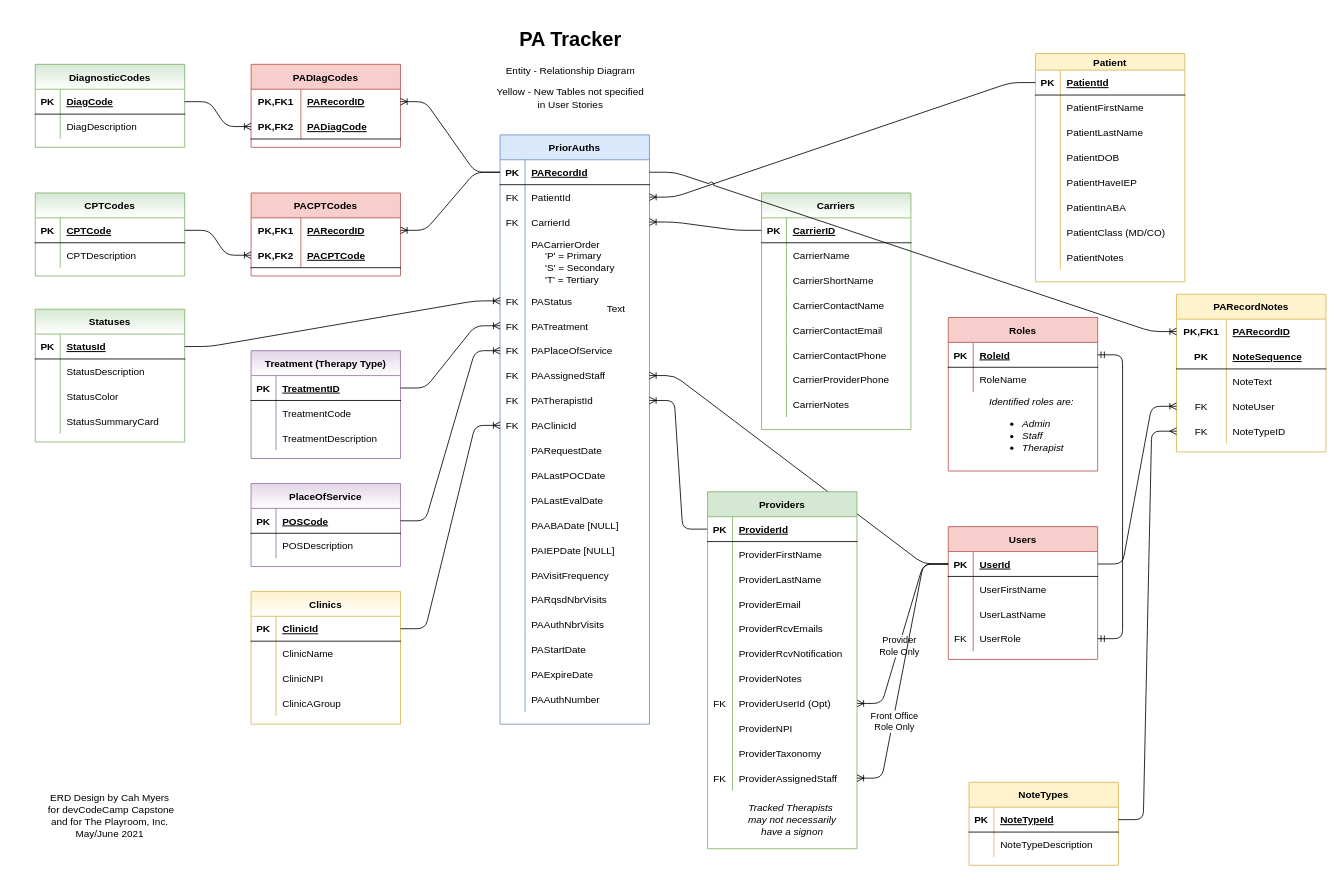
This is PA_Tracker_Db.drawio from cashmy/PA_Backend, a draw.io file, before an edit. Source tidied: cells renumbered, new cells numbered last; positions are measured from the earlier drawing's top-left corner, leaving out a move shared by most shapes. Both pictures are drawn from the tidied source at 83%, with x=0, y=0 at pixel (14, 22).
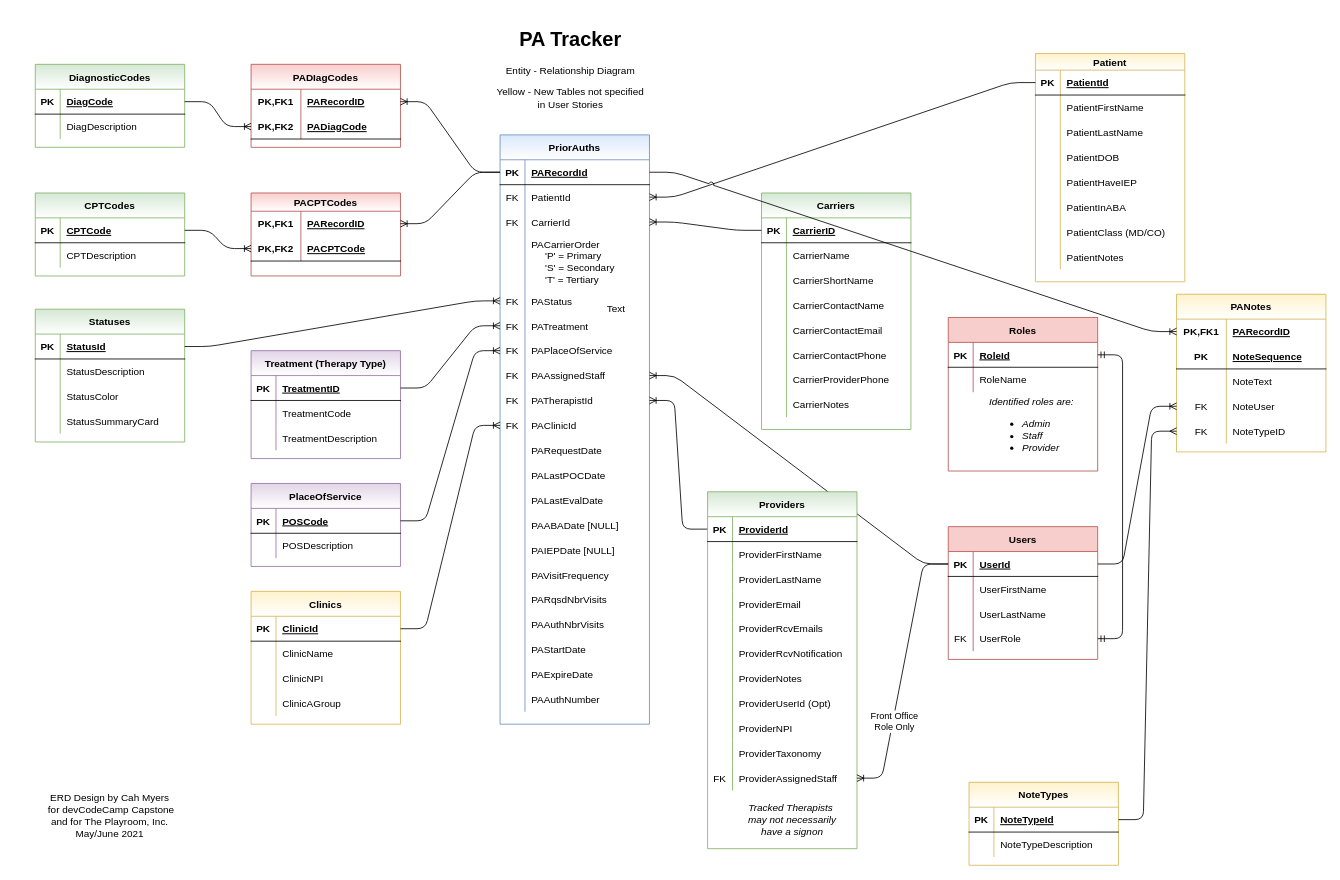
After the change.

Commit message:
Chg FK relations in Provider

Unchanged cells that the change refers to:
```xml
<mxCell id="97" style="shape=partialRectangle;fillColor=none;top=0;left=0;bottom=1;right=0;points=[[0,0.5],[1,0.5]];portConstraint=eastwest;" parent="96" vertex="1">
  <mxGeometry y="30" width="180" height="30" as="geometry" />
</mxCell>
<mxCell id="200" style="group;" parent="1" vertex="1">
  <mxGeometry x="1125" y="355" width="180" height="185" as="geometry" />
</mxCell>
<mxCell id="245" style="shape=partialRectangle;fillColor=none;top=0;left=0;bottom=0;right=0;points=[[0,0.5],[1,0.5]];portConstraint=eastwest;" parent="223" vertex="1">
  <mxGeometry y="240" width="180" height="30" as="geometry" />
</mxCell>
```

The edit, as a diff of the source:
```diff
@@
-    <mxCell id="51" value="Patient" style="shape=table;startSize=20;childLayout=tableLayout;rowLines=0;fontStyle=1;align=center;fillColor=#fff2cc;strokeColor=#d6b656;" parent="1" vertex="1">
+    <mxCell id="51" value="Patient" style="shape=table;startSize=20;childLayout=tableLayout;rowLines=0;fontStyle=1;align=center;fillColor=#fff2cc;strokeColor=#d6b656;gradientColor=#ffffff;" parent="1" vertex="1">
       <mxGeometry x="1230" y="37" width="180" height="275" as="geometry" />
     </mxCell>
@@
-    <mxCell id="109" value="PriorAuths" style="shape=table;startSize=30;childLayout=tableLayout;rowLines=0;fontStyle=1;align=center;fillColor=#dae8fc;strokeColor=#6c8ebf;" parent="1" vertex="1">
+    <mxCell id="109" value="PriorAuths" style="shape=table;startSize=30;childLayout=tableLayout;rowLines=0;fontStyle=1;align=center;fillColor=#dae8fc;strokeColor=#6c8ebf;gradientColor=#ffffff;" parent="1" vertex="1">
       <mxGeometry x="585" y="135" width="180" height="710" as="geometry" />
     </mxCell>
@@
-    <mxCell id="186" value="PACPTCodes" style="shape=table;startSize=30;childLayout=tableLayout;rowLines=0;fontStyle=1;align=center;fillColor=#f8cecc;strokeColor=#b85450;" parent="1" vertex="1">
+    <mxCell id="186" value="PACPTCodes" style="shape=table;startSize=22;childLayout=tableLayout;rowLines=0;fontStyle=1;align=center;fillColor=#f8cecc;strokeColor=#b85450;gradientColor=#ffffff;" parent="1" vertex="1">
       <mxGeometry x="285" y="205" width="180" height="100" as="geometry" />
     </mxCell>
     <mxCell id="187" style="shape=partialRectangle;fillColor=none;top=0;left=0;bottom=0;right=0;points=[[0,0.5],[1,0.5]];portConstraint=eastwest;" parent="186" vertex="1">
-      <mxGeometry y="30" width="180" height="30" as="geometry" />
+      <mxGeometry y="22" width="180" height="30" as="geometry" />
     </mxCell>
@@
     <mxCell id="190" style="shape=partialRectangle;fillColor=none;top=0;left=0;bottom=1;right=0;points=[[0,0.5],[1,0.5]];portConstraint=eastwest;" parent="186" vertex="1">
-      <mxGeometry y="60" width="180" height="30" as="geometry" />
+      <mxGeometry y="52" width="180" height="30" as="geometry" />
     </mxCell>
@@
-    <mxCell id="193" value="PADIagCodes" style="shape=table;startSize=30;childLayout=tableLayout;rowLines=0;fontStyle=1;align=center;fillColor=#f8cecc;strokeColor=#b85450;" parent="1" vertex="1">
+    <mxCell id="193" value="PADIagCodes" style="shape=table;startSize=30;childLayout=tableLayout;rowLines=0;fontStyle=1;align=center;fillColor=#f8cecc;strokeColor=#b85450;gradientColor=#ffffff;" parent="1" vertex="1">
       <mxGeometry x="285" y="50" width="180" height="100" as="geometry" />
     </mxCell>
@@
-    <mxCell id="208" value="&lt;div style=&quot;text-align: left&quot;&gt;&lt;i&gt;Identified roles are:&lt;/i&gt;&lt;/div&gt;&lt;i&gt;&lt;div style=&quot;text-align: left&quot;&gt;&lt;ul&gt;&lt;li&gt;&lt;i&gt;Admin&lt;/i&gt;&lt;/li&gt;&lt;li&gt;&lt;i&gt;Staff&lt;/i&gt;&lt;/li&gt;&lt;li&gt;&lt;i&gt;Therapist&lt;/i&gt;&lt;/li&gt;&lt;/ul&gt;&lt;/div&gt;&lt;/i&gt;" style="text;html=1;align=center;verticalAlign=middle;strokeColor=none;" parent="200" vertex="1">
+    <mxCell id="208" value="&lt;div style=&quot;text-align: left&quot;&gt;&lt;i&gt;Identified roles are:&lt;/i&gt;&lt;/div&gt;&lt;i&gt;&lt;div style=&quot;text-align: left&quot;&gt;&lt;ul&gt;&lt;li&gt;&lt;i&gt;Admin&lt;/i&gt;&lt;/li&gt;&lt;li&gt;&lt;i&gt;Staff&lt;/i&gt;&lt;/li&gt;&lt;li&gt;&lt;i&gt;Provider&lt;/i&gt;&lt;/li&gt;&lt;/ul&gt;&lt;/div&gt;&lt;/i&gt;" style="text;html=1;align=center;verticalAlign=middle;strokeColor=none;" parent="200" vertex="1">
       <mxGeometry x="40" y="90" width="120" height="90" as="geometry" />
     </mxCell>
@@
-    <mxCell id="221" style="edgeStyle=entityRelationEdgeStyle;fontSize=12;html=1;endArrow=ERoneToMany;exitX=0;exitY=0.5;exitDx=0;exitDy=0;entryX=1;entryY=0.5;entryDx=0;entryDy=0;" parent="1" edge="1" source="97" target="245">
-      <mxGeometry relative="1" as="geometry" />
-    </mxCell>
-    <mxCell id="222" value="Provider&lt;br&gt;Role Only" style="edgeLabel;html=1;align=center;verticalAlign=middle;" parent="221" vertex="1">
-      <mxGeometry x="0.12" y="1" relative="1" as="geometry">
-        <mxPoint x="-1" as="offset" />
-      </mxGeometry>
-    </mxCell>
-    <mxCell id="223" value="Providers" style="shape=table;startSize=30;childLayout=tableLayout;rowLines=0;fontStyle=1;align=center;fillColor=#d5e8d4;strokeColor=#82b366;" parent="1" vertex="1">
+    <mxCell id="223" value="Providers" style="shape=table;startSize=30;childLayout=tableLayout;rowLines=0;fontStyle=1;align=center;fillColor=#d5e8d4;strokeColor=#82b366;gradientColor=#ffffff;" parent="1" vertex="1">
       <mxGeometry x="835" y="565" width="180" height="430" as="geometry" />
     </mxCell>
@@
-    <mxCell id="246" value="FK" style="shape=partialRectangle;fillColor=none;top=0;left=0;bottom=0;right=0;overflow=hidden;" parent="245" vertex="1">
+    <mxCell id="246" style="shape=partialRectangle;fillColor=none;top=0;left=0;bottom=0;right=0;overflow=hidden;" parent="245" vertex="1">
       <mxGeometry width="30" height="30" as="geometry" />
     </mxCell>
@@
-    <mxCell id="264" value="PARecordNotes" style="shape=table;startSize=30;childLayout=tableLayout;rowLines=0;fontStyle=1;align=center;fillColor=#fff2cc;strokeColor=#d6b656;" parent="1" vertex="1">
+    <mxCell id="264" value="PANotes" style="shape=table;startSize=30;childLayout=tableLayout;rowLines=0;fontStyle=1;align=center;fillColor=#fff2cc;strokeColor=#d6b656;gradientColor=#ffffff;" parent="1" vertex="1">
       <mxGeometry x="1400" y="327" width="180" height="190" as="geometry" />
     </mxCell>
@@
-    <mxCell id="280" value="NoteTypes" style="shape=table;startSize=30;childLayout=tableLayout;rowLines=0;fontStyle=1;align=center;fillColor=#fff2cc;strokeColor=#d6b656;" parent="1" vertex="1">
+    <mxCell id="280" value="NoteTypes" style="shape=table;startSize=30;childLayout=tableLayout;rowLines=0;fontStyle=1;align=center;fillColor=#fff2cc;strokeColor=#d6b656;gradientColor=#ffffff;" parent="1" vertex="1">
       <mxGeometry x="1150" y="915" width="180" height="100" as="geometry" />
     </mxCell>
```
